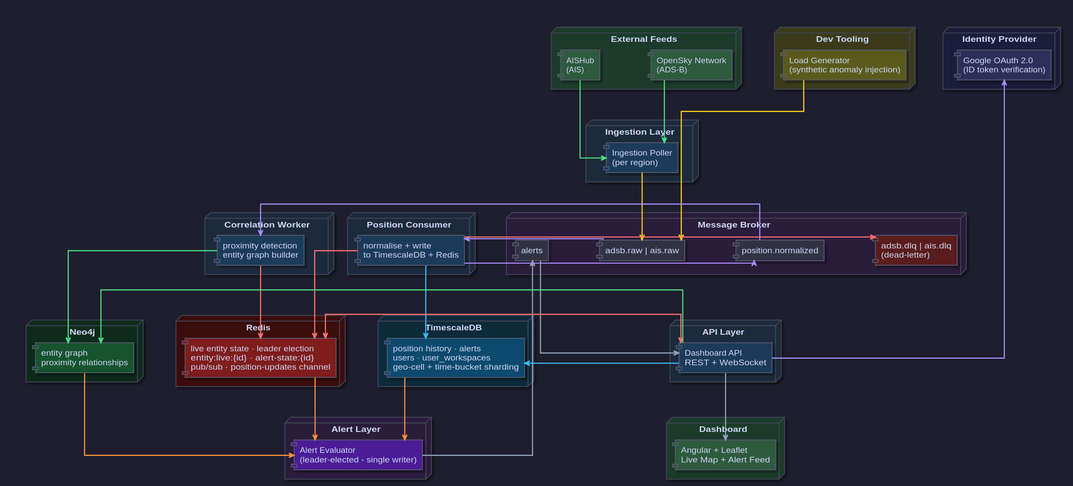
The PlantUML diagram diagrams/docs/Sentinel Architecture.svg in Buffden/sentinel, before a commit.
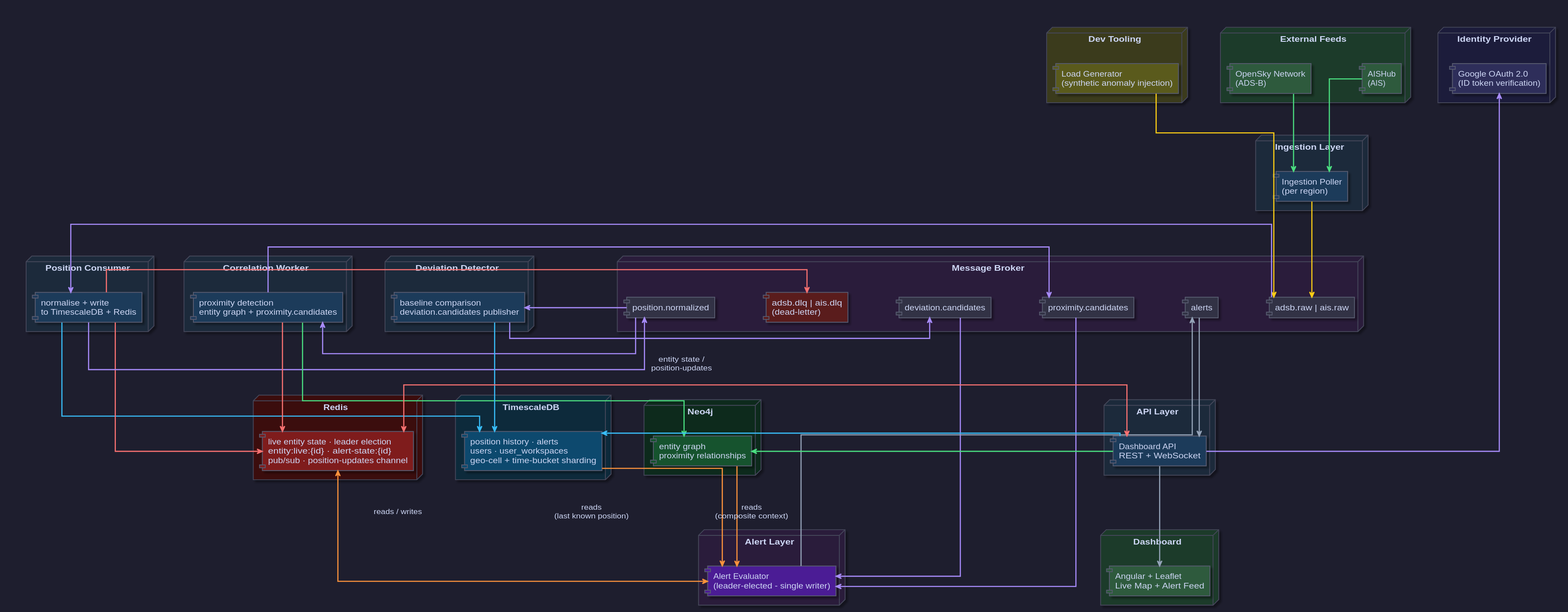
After the commit.

Diff of the diagram source:
```diff
@@ -57,6 +57,8 @@
     queue [adsb.raw  |  ais.raw] as KAFKA_RAW
     queue [position.normalized] as KAFKA_NORM
     queue [adsb.dlq  |  ais.dlq\n(dead-letter)] as KAFKA_DLQ #5a1a1a
+    queue [deviation.candidates] as KAFKA_DEV_CAND
+    queue [proximity.candidates] as KAFKA_PROX_CAND
     queue [alerts] as KAFKA_ALERTS
 }
 
@@ -66,7 +68,11 @@
     }
 
     node "Correlation Worker" #1a2a3a {
-        component [proximity detection\nentity graph builder] as CORR_WORKER #1e3a5a
+        component [proximity detection\nentity graph + proximity.candidates] as CORR_WORKER #1e3a5a
+    }
+
+    node "Deviation Detector" #1a2a3a {
+        component [baseline comparison\ndeviation.candidates publisher] as DEV_DETECTOR #1e3a5a
     }
 }
 
@@ -106,8 +112,6 @@
 
 KAFKA_RAW   -[#a78bfa]down->  POS_CONSUMER
 
-KAFKA_NORM  -[#a78bfa]down->  CORR_WORKER
-
 POS_CONSUMER -[#f87171]right-> KAFKA_DLQ
 
 POS_CONSUMER -[#38bdf8]down-> TSDB
@@ -115,19 +119,30 @@
 
 POS_CONSUMER -[#a78bfa]right-> KAFKA_NORM
 
+KAFKA_NORM  -[#a78bfa]down->  CORR_WORKER
+KAFKA_NORM  -[#a78bfa]down->  DEV_DETECTOR
+
 CORR_WORKER  -[#f87171]down-> REDIS
 
 CORR_WORKER  -[#4ade80]down-> NEO4J
+CORR_WORKER  -[#a78bfa]down-> KAFKA_PROX_CAND
 
-TSDB        -[#fb923c]down->  ALERT
-NEO4J       -[#fb923c]down->  ALERT
-REDIS       -[#fb923c]down->  ALERT
+DEV_DETECTOR -[#38bdf8]down-> TSDB
+
+DEV_DETECTOR -[#a78bfa]down-> KAFKA_DEV_CAND
+
+KAFKA_DEV_CAND  -[#a78bfa]down-> ALERT
+KAFKA_PROX_CAND -[#a78bfa]down-> ALERT
+
+REDIS       <-[#fb923c]->     ALERT : "reads / writes"
+TSDB        -[#fb923c]->      ALERT : "reads\n(last known position)"
+NEO4J       -[#fb923c]down->  ALERT : "reads\n(composite context)"
 
 ALERT       -[#94a3b8]down->  KAFKA_ALERTS
 KAFKA_ALERTS -[#94a3b8]down-> API
 
 API         -[#38bdf8]left->  TSDB
-API         <-[#f87171]->     REDIS
+API         <-[#f87171]->     REDIS : "entity state /\nposition-updates"
 API         -[#4ade80]left->  NEO4J
 API         -[#a78bfa]up->    GOOGLE
 
```
